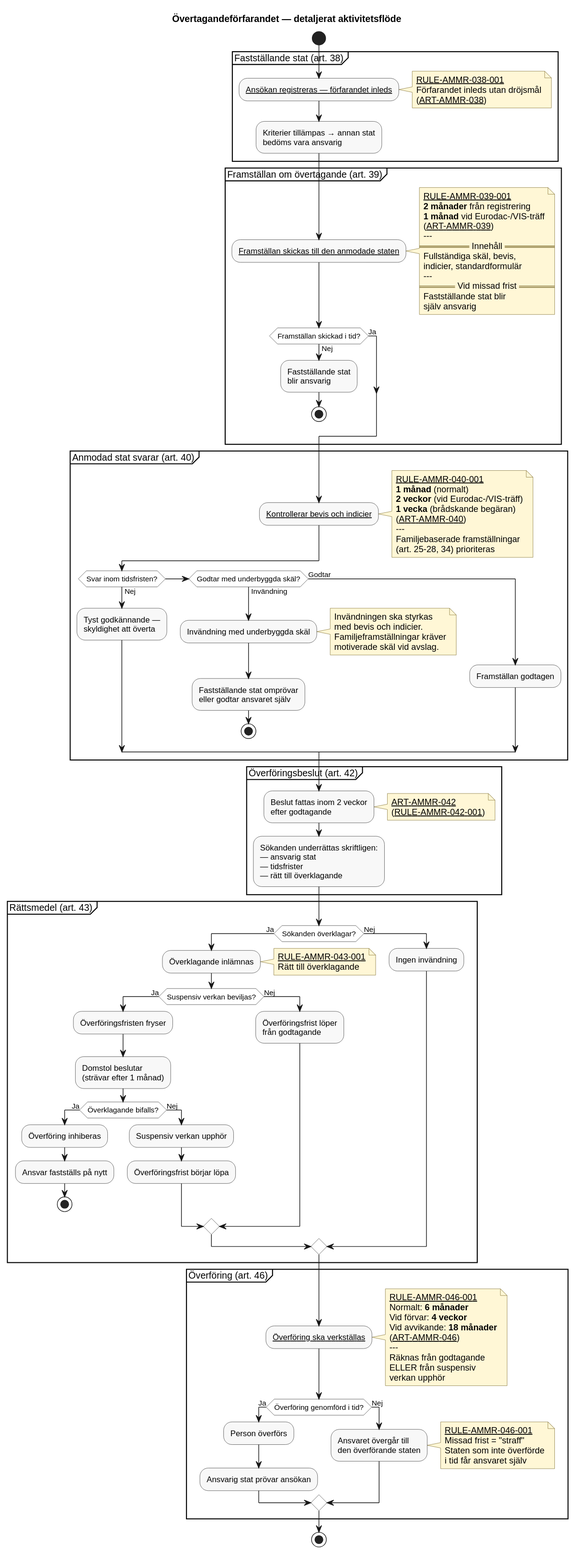
The PlantUML diagram docs/domains/responsibility/diagrams/take-charge-procedure.svg in chrhe894/migration_pact, before a commit. Source of this version:
```plantuml
@startuml
title Övertagandeförfarandet — detaljerat aktivitetsflöde

skinparam shadowing false
skinparam HyperlinkColor Black
skinparam HyperlinkUnderline true
skinparam defaultFontName Arial
skinparam activity {
  BackgroundColor #F8F8F8
  BorderColor #333333
  DiamondBackgroundColor #FFFFFF
  DiamondBorderColor #333333
}
skinparam note {
  BackgroundColor #FFF7D6
  BorderColor #7A6A2A
}

start

partition "Fastställande stat (art. 38)" {
  :[[../rules/rule-ammr-038-001.md Ansökan registreras — förfarandet inleds]];
  note right
    [[../rules/rule-ammr-038-001.md RULE-AMMR-038-001]]
    Förfarandet inleds utan dröjsmål
    ([[../articles/ammr-038.md ART-AMMR-038]])
  end note
  :Kriterier tillämpas → annan stat
  bedöms vara ansvarig;
}

partition "Framställan om övertagande (art. 39)" {
  :[[../rules/rule-ammr-039-001.md Framställan skickas till den anmodade staten]];
  note right
    [[../rules/rule-ammr-039-001.md RULE-AMMR-039-001]]
    **2 månader** från registrering
    **1 månad** vid Eurodac-/VIS-träff
    ([[../articles/ammr-039.md ART-AMMR-039]])
    ---
    == Innehåll ==
    Fullständiga skäl, bevis,
    indicier, standardformulär
    ---
    == Vid missad frist ==
    Fastställande stat blir
    själv ansvarig
  end note

  if (Framställan skickad i tid?) then (Nej)
    :Fastställande stat
    blir ansvarig;
    stop
  else (Ja)
  endif
}

partition "Anmodad stat svarar (art. 40)" {
  :[[../rules/rule-ammr-040-001.md Kontrollerar bevis och indicier]];
  note right
    [[../rules/rule-ammr-040-001.md RULE-AMMR-040-001]]
    **1 månad** (normalt)
    **2 veckor** (vid Eurodac-/VIS-träff)
    **1 vecka** (brådskande begäran)
    ([[../articles/ammr-040.md ART-AMMR-040]])
    ---
    Familjebaserade framställningar
    (art. 25-28, 34) prioriteras
  end note

  if (Svar inom tidsfristen?) then (Nej)
    :Tyst godkännande —
    skyldighet att överta;
  elseif (Godtar med underbyggda skäl?) then (Invändning)
    :Invändning med underbyggda skäl;
    note right
      Invändningen ska styrkas
      med bevis och indicier.
      Familjeframställningar kräver
      motiverade skäl vid avslag.
    end note
    :Fastställande stat omprövar
    eller godtar ansvaret själv;
    stop
  else (Godtar)
    :Framställan godtagen;
  endif
}

partition "Överföringsbeslut (art. 42)" {
  :Beslut fattas inom 2 veckor
  efter godtagande;
  note right
    [[../articles/ammr-042.md ART-AMMR-042]]
    ([[../rules/rule-ammr-042-001.md RULE-AMMR-042-001]])
  end note
  :Sökanden underrättas skriftligen:
  — ansvarig stat
  — tidsfrister
  — rätt till överklagande;
}

partition "Rättsmedel (art. 43)" {
  if (Sökanden överklagar?) then (Ja)
    :Överklagande inlämnas;
    note right
      [[../rules/rule-ammr-043-001.md RULE-AMMR-043-001]]
      Rätt till överklagande
    end note
    if (Suspensiv verkan beviljas?) then (Ja)
      :Överföringsfristen fryser;
      :Domstol beslutar
      (strävar efter 1 månad);
      if (Överklagande bifalls?) then (Ja)
        :Överföring inhiberas;
        :Ansvar fastställs på nytt;
        stop
      else (Nej)
        :Suspensiv verkan upphör;
        :Överföringsfrist börjar löpa;
      endif
    else (Nej)
      :Överföringsfrist löper
      från godtagande;
    endif
  else (Nej)
    :Ingen invändning;
  endif
}

partition "Överföring (art. 46)" {
  :[[../rules/rule-ammr-046-001.md Överföring ska verkställas]];
  note right
    [[../rules/rule-ammr-046-001.md RULE-AMMR-046-001]]
    Normalt: **6 månader**
    Vid förvar: **4 veckor**
    Vid avvikande: **18 månader**
    ([[../articles/ammr-046.md ART-AMMR-046]])
    ---
    Räknas från godtagande
    ELLER från suspensiv
    verkan upphör
  end note

  if (Överföring genomförd i tid?) then (Ja)
    :Person överförs;
    :Ansvarig stat prövar ansökan;
  else (Nej)
    :Ansvaret övergår till
    den överförande staten;
    note right
      [[../rules/rule-ammr-046-001.md RULE-AMMR-046-001]]
      Missad frist = "straff"
      Staten som inte överförde
      i tid får ansvaret själv
    end note
  endif
}

stop
@enduml
```
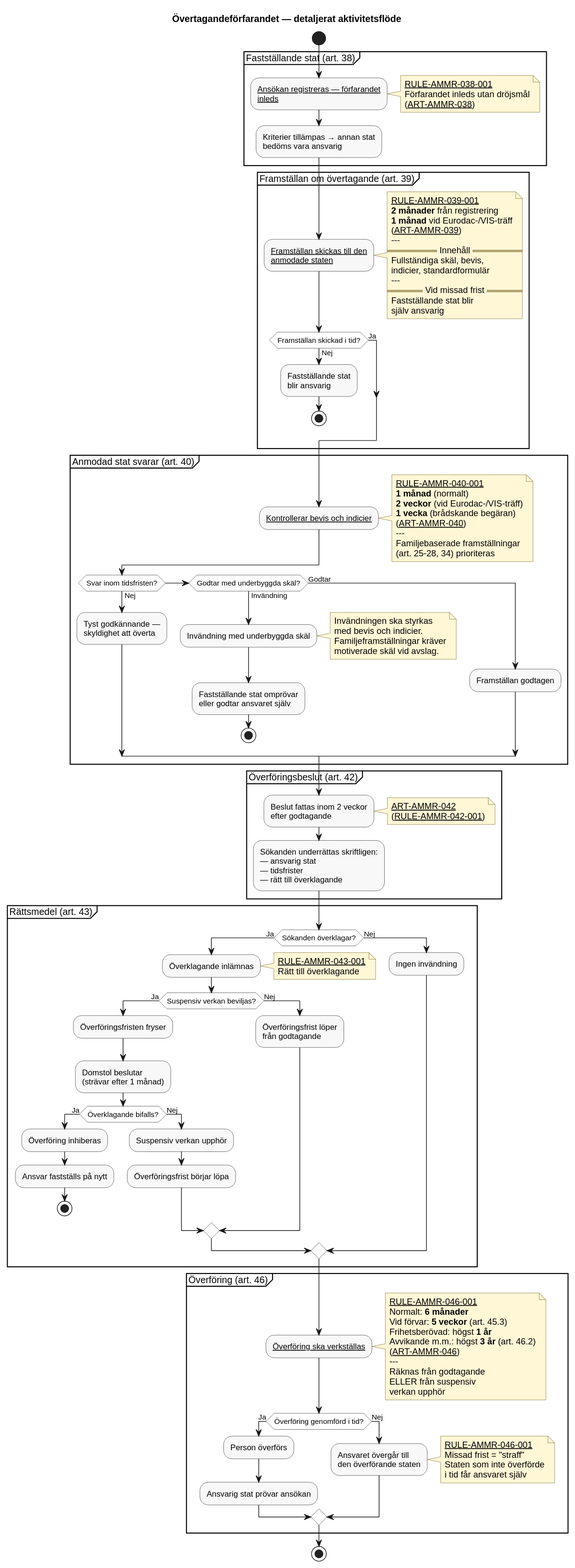
After the commit.

The edit, as a diff of the source:
```diff
@@ -19,7 +19,7 @@
 start
 
 partition "Fastställande stat (art. 38)" {
-  :[[../rules/rule-ammr-038-001.md Ansökan registreras — förfarandet inleds]];
+  :[[../rules/rule-ammr-038-001.md Ansökan registreras — förfarandet\ninleds]];
   note right
     [[../rules/rule-ammr-038-001.md RULE-AMMR-038-001]]
     Förfarandet inleds utan dröjsmål
@@ -30,7 +30,7 @@
 }
 
 partition "Framställan om övertagande (art. 39)" {
-  :[[../rules/rule-ammr-039-001.md Framställan skickas till den anmodade staten]];
+  :[[../rules/rule-ammr-039-001.md Framställan skickas till den\nanmodade staten]];
   note right
     [[../rules/rule-ammr-039-001.md RULE-AMMR-039-001]]
     **2 månader** från registrering
@@ -132,8 +132,9 @@
   note right
     [[../rules/rule-ammr-046-001.md RULE-AMMR-046-001]]
     Normalt: **6 månader**
-    Vid förvar: **4 veckor**
-    Vid avvikande: **18 månader**
+    Vid förvar: **5 veckor** (art. 45.3)
+    Frihetsberövad: högst **1 år**
+    Avvikande m.m.: högst **3 år** (art. 46.2)
     ([[../articles/ammr-046.md ART-AMMR-046]])
     ---
     Räknas från godtagande
```
